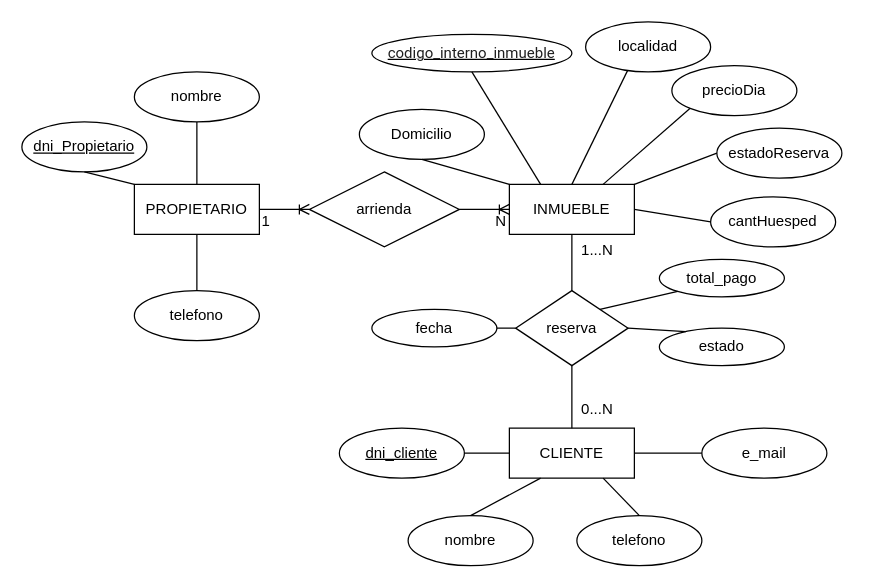
Before: page "Alquiler-E-R" (1 of 2) of Diagrama sin título.drawio in carbai3/ABD_EJERCICIO1, a draw.io diagram. Source tidied: cells renumbered, new cells numbered last; positions are measured from the earlier drawing's top-left corner, leaving out a move shared by most shapes. Both pictures are drawn from the tidied source at 125%, with x=0, y=0 at pixel (21, 21).
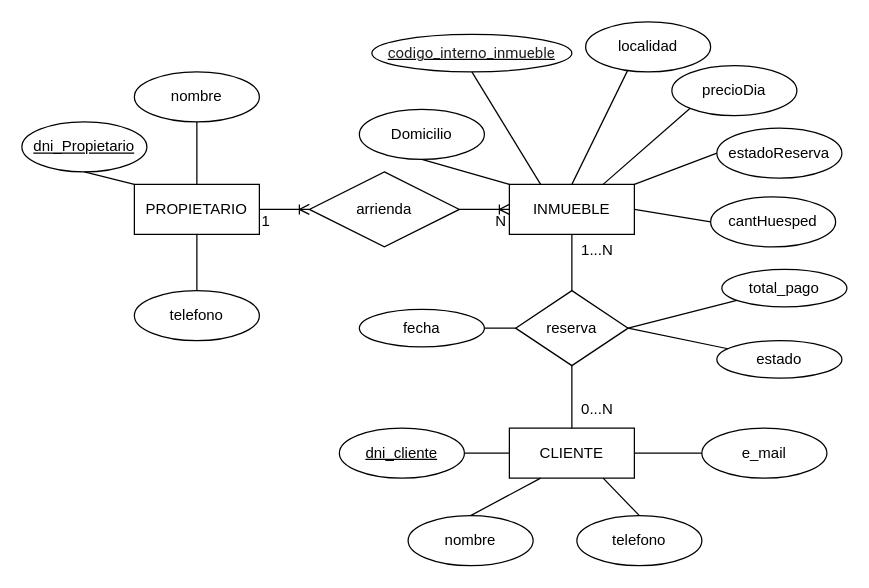
Above is the later version.

Unchanged cells that the change refers to:
```xml
<mxCell id="17" value="reserva" style="shape=rhombus;perimeter=rhombusPerimeter;whiteSpace=wrap;html=1;align=center;" parent="1" vertex="1">
  <mxGeometry x="395" y="215" width="90" height="60" as="geometry" />
</mxCell>
```

Diff of the diagram source:
```diff
@@
-    <mxCell id="26" style="endArrow=none;html=1;rounded=0;entryX=1;entryY=0.5;entryDx=0;entryDy=0;exitX=0;exitY=0.5;exitDx=0;exitDy=0;" parent="1" edge="1" source="17" target="27">
+    <mxCell id="26" style="endArrow=none;html=1;rounded=0;exitX=0;exitY=0.5;exitDx=0;exitDy=0;" parent="1" edge="1" source="17" target="27">
       <mxGeometry relative="1" as="geometry" />
     </mxCell>
-    <mxCell id="27" value="fecha" style="ellipse;whiteSpace=wrap;html=1;align=center;" parent="1" vertex="1">
-      <mxGeometry x="280" y="230" width="100" height="30" as="geometry" />
-    </mxCell>
@@
     <mxCell id="44" value="estado" style="ellipse;whiteSpace=wrap;html=1;align=center;" parent="1" vertex="1">
-      <mxGeometry x="510" y="245" width="100" height="30" as="geometry" />
+      <mxGeometry x="556" y="255" width="100" height="30" as="geometry" />
     </mxCell>
     <mxCell id="45" value="total_pago" style="ellipse;whiteSpace=wrap;html=1;align=center;" parent="1" vertex="1">
-      <mxGeometry x="510" y="190" width="100" height="30" as="geometry" />
+      <mxGeometry x="560" y="198" width="100" height="30" as="geometry" />
     </mxCell>
-    <mxCell id="46" style="endArrow=none;html=1;rounded=0;entryX=0;entryY=1;entryDx=0;entryDy=0;exitX=1;exitY=0;exitDx=0;exitDy=0;" parent="1" edge="1" source="17" target="45">
+    <mxCell id="46" style="endArrow=none;html=1;rounded=0;exitX=1;exitY=0.5;exitDx=0;exitDy=0;" parent="1" edge="1" source="17" target="45">
       <mxGeometry relative="1" as="geometry" />
     </mxCell>
-    <mxCell id="47" style="endArrow=none;html=1;rounded=0;entryX=0.212;entryY=0.094;entryDx=0;entryDy=0;exitX=1;exitY=0.5;exitDx=0;exitDy=0;entryPerimeter=0;" parent="1" edge="1" source="17" target="44">
+    <mxCell id="47" style="endArrow=none;html=1;rounded=0;exitX=1;exitY=0.5;exitDx=0;exitDy=0;" parent="1" edge="1" source="17" target="44">
       <mxGeometry relative="1" as="geometry" />
     </mxCell>
@@
+    <mxCell id="27" value="fecha" style="ellipse;whiteSpace=wrap;html=1;align=center;" parent="1" vertex="1">
+      <mxGeometry x="270" y="230" width="100" height="30" as="geometry" />
+    </mxCell>
```
